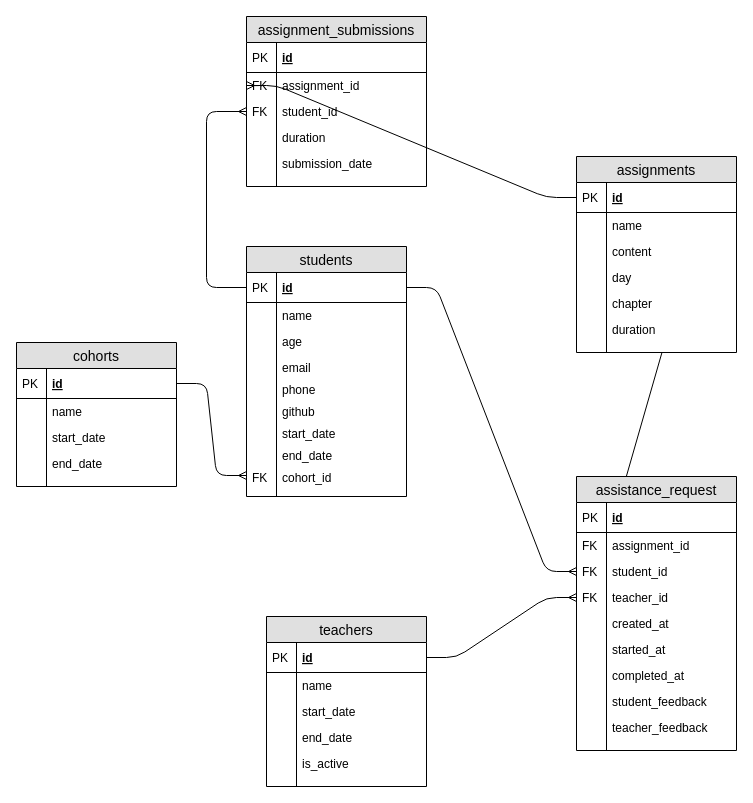
This is BootcampX ERD.drawio from jeff-sexton/BootcampX, a draw.io file, before an edit. Source tidied: cells renumbered, new cells numbered last; positions are measured from the earlier drawing's top-left corner, leaving out a move shared by most shapes. Both pictures are drawn from the tidied source at 100%, with x=0, y=0 at pixel (16, 16).
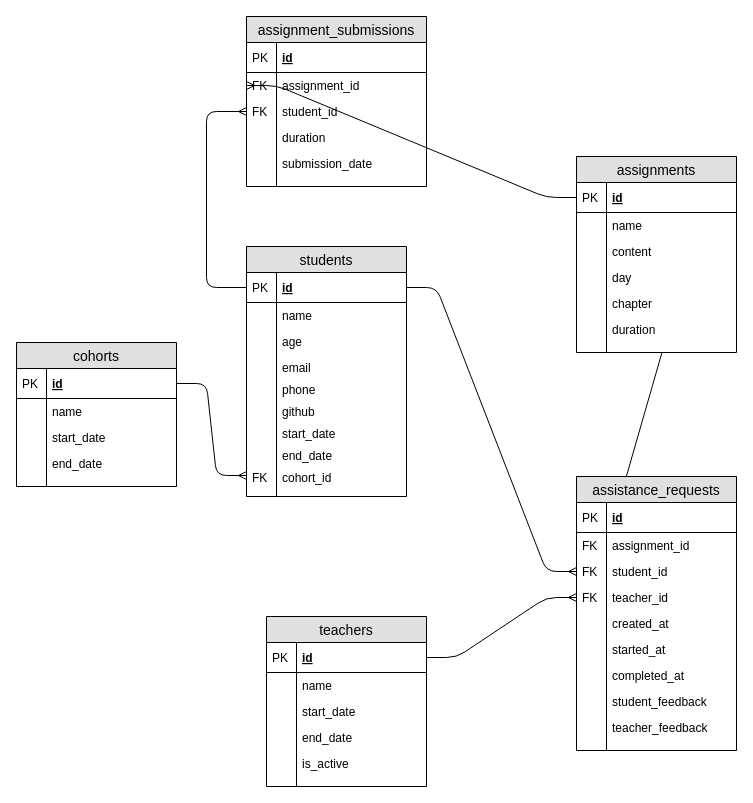
Above is the later version.

What changed in the source:
```diff
@@
-    <mxCell id="81" value="assistance_request" style="swimlane;fontStyle=0;horizontal=1;startSize=26;fillColor=#e0e0e0;swimlaneFillColor=#ffffff;align=center;fontSize=14;" parent="1" vertex="1">
+    <mxCell id="81" value="assistance_requests" style="swimlane;fontStyle=0;horizontal=1;startSize=26;fillColor=#e0e0e0;swimlaneFillColor=#ffffff;align=center;fontSize=14;" parent="1" vertex="1">
       <mxGeometry x="560" y="460" width="160" height="274" as="geometry" />
     </mxCell>
```
